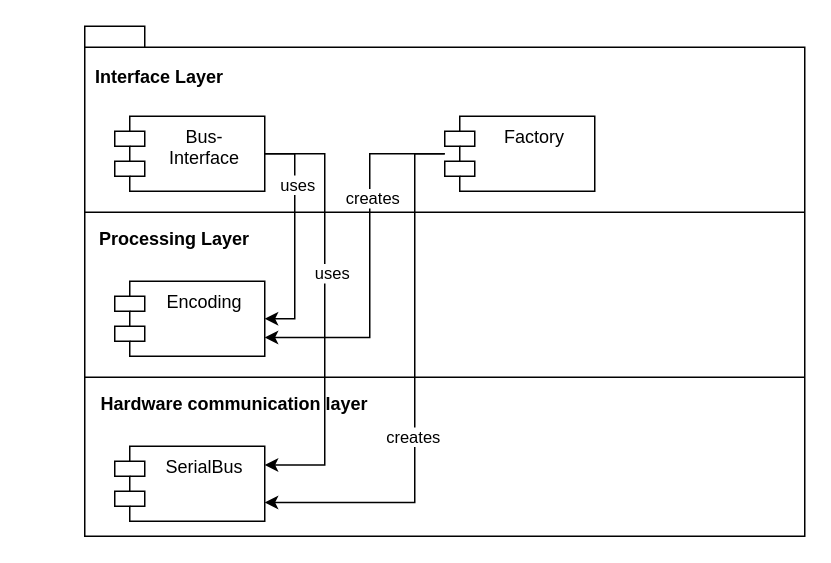
Uhgtred/Car_Infotainment_System keeps this draw.io diagram as BusTransactions/Architecture/BusTransceiver.drawio. Above is the earlier version. Source tidied: cells renumbered, new cells numbered last; positions are measured from the earlier drawing's top-left corner, leaving out a move shared by most shapes. Both pictures are drawn from the tidied source at 150%, with x=0, y=0 at pixel (84, 26).
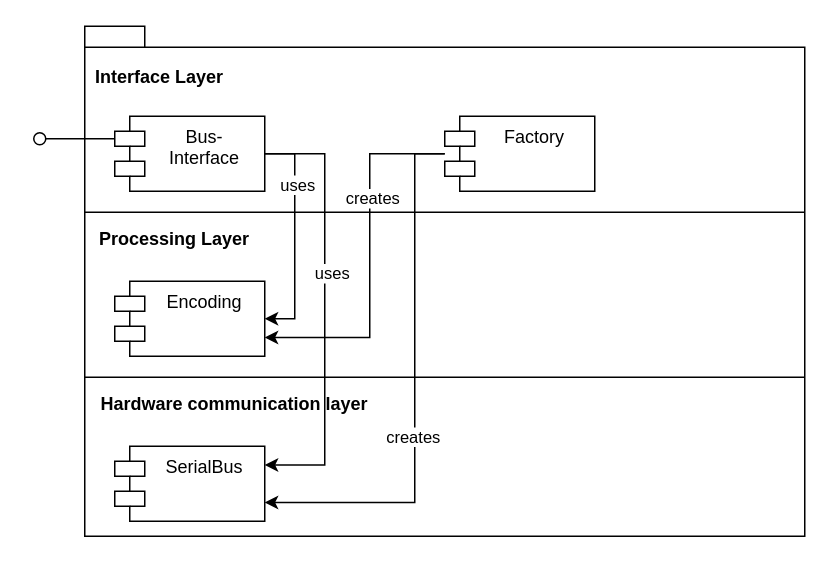
After the change.

Unchanged cells that the change refers to:
```xml
<mxCell id="14" value="Bus-&#10;Interface" style="shape=module;align=left;spacingLeft=20;align=center;verticalAlign=top;" parent="1" vertex="1">
  <mxGeometry x="20" y="60" width="100" height="50" as="geometry" />
</mxCell>
```

Change to the diagram source:
```diff
@@
+    <mxCell id="20" style="html=1;verticalAlign=bottom;labelBackgroundColor=none;endArrow=oval;endFill=0;endSize=8;rounded=0;exitX=0;exitY=0;exitDx=0;exitDy=15;exitPerimeter=0;" parent="1" edge="1" source="14">
+      <mxGeometry relative="1" as="geometry">
+        <mxPoint x="-30" y="75" as="targetPoint" />
+      </mxGeometry>
+    </mxCell>
```
